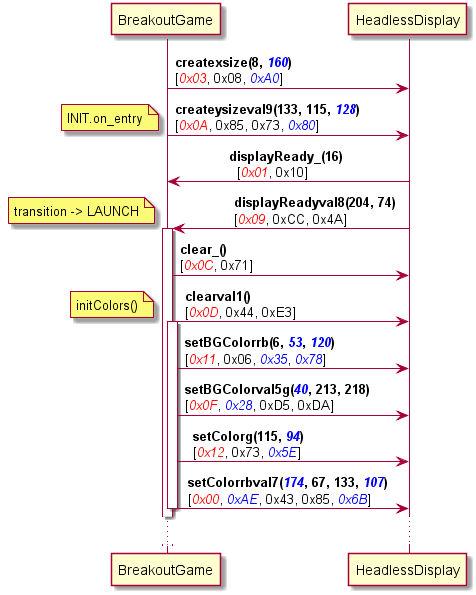
Above: docs/serialization-div.png in SINTEF-9012/thingml-diversifier (PlantUML), before the change. Its source is kept beside it as src/main/resources/figures/serialization-div.plantuml. Its diagram source:
```plantuml
@startuml
BreakoutGame -> HeadlessDisplay: <b>createxsize(8, <font color="blue"><i>160</i></font>)</b>\n[<font color="red"><i>0x03</i></font>, 0x08, <font color="blue"><i>0xA0</i></font>]
BreakoutGame -> HeadlessDisplay: <b>createysizeval9(133, 115, <font color="blue"><i>128</i></font>)</b>\n[<font color="red"><i>0x0A</i></font>, 0x85, 0x73, <font color="blue"><i>0x80</i></font>]
note left : INIT.on_entry
HeadlessDisplay -> BreakoutGame: <b>           displayReady_(16)</b>\n             [<font color="red"><i>0x01</i></font>, 0x10]
HeadlessDisplay -> BreakoutGame: <b>           displayReadyval8(204, 74)</b>\n           [<font color="red"><i>0x09</i></font>, 0xCC, 0x4A]
activate BreakoutGame
note left : transition -> LAUNCH
BreakoutGame -> HeadlessDisplay: <b>clear_()</b>\n[<font color="red"><i>0x0C</i></font>, 0x71]
BreakoutGame -> HeadlessDisplay: <b>clearval1()</b>\n[<font color="red"><i>0x0D</i></font>, 0x44, 0xE3]
activate BreakoutGame
note left : initColors()
BreakoutGame -> HeadlessDisplay: <b>setBGColorrb(6, <font color="blue"><i>53</i></font>, <font color="blue"><i>120</i></font>)</b>\n[<font color="red"><i>0x11</i></font>, 0x06, <font color="blue"><i>0x35</i></font>, <font color="blue"><i>0x78</i></font>]
BreakoutGame -> HeadlessDisplay: <b>setBGColorval5g(<font color="blue"><i>40</i></font>, 213, 218)</b>\n[<font color="red"><i>0x0F</i></font>, <font color="blue"><i>0x28</i></font>, 0xD5, 0xDA]
BreakoutGame -> HeadlessDisplay: <b>  setColorg(115, <font color="blue"><i>94</i></font>)</b>\n  [<font color="red"><i>0x12</i></font>, 0x73, <font color="blue"><i>0x5E</i></font>]
BreakoutGame -> HeadlessDisplay: <b>  setColorrbval7(<font color="blue"><i>174</i></font>, 67, 133, <font color="blue"><i>107</i></font>)</b>\n  [<font color="red"><i>0x00</i></font>, <font color="blue"><i>0xAE</i></font>, 0x43, 0x85, <font color="blue"><i>0x6B</i></font>]
deactivate BreakoutGame
...
@enduml
```
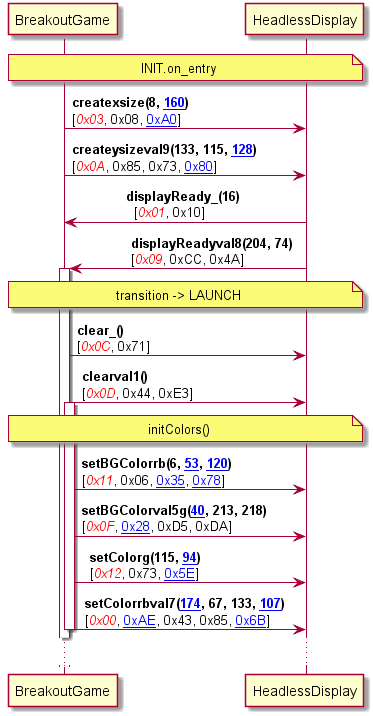
The same diagram one commit later.

What changed in the source:
```diff
@@ -1,19 +1,19 @@
 @startuml
-BreakoutGame -> HeadlessDisplay: <b>createxsize(8, <font color="blue"><i>160</i></font>)</b>\n[<font color="red"><i>0x03</i></font>, 0x08, <font color="blue"><i>0xA0</i></font>]
-BreakoutGame -> HeadlessDisplay: <b>createysizeval9(133, 115, <font color="blue"><i>128</i></font>)</b>\n[<font color="red"><i>0x0A</i></font>, 0x85, 0x73, <font color="blue"><i>0x80</i></font>]
-note left : INIT.on_entry
+note over BreakoutGame, HeadlessDisplay: INIT.on_entry
+BreakoutGame -> HeadlessDisplay: <b>createxsize(8, <font color="blue"><u>160</u></font>)</b>\n[<font color="red"><i>0x03</i></font>, 0x08, <font color="blue"><u>0xA0</u></font>]
+BreakoutGame -> HeadlessDisplay: <b>createysizeval9(133, 115, <font color="blue"><u>128</u></font>)</b>\n[<font color="red"><i>0x0A</i></font>, 0x85, 0x73, <font color="blue"><u>0x80</u></font>]
 HeadlessDisplay -> BreakoutGame: <b>           displayReady_(16)</b>\n             [<font color="red"><i>0x01</i></font>, 0x10]
 HeadlessDisplay -> BreakoutGame: <b>           displayReadyval8(204, 74)</b>\n           [<font color="red"><i>0x09</i></font>, 0xCC, 0x4A]
 activate BreakoutGame
-note left : transition -> LAUNCH
+note over BreakoutGame, HeadlessDisplay: transition -> LAUNCH
 BreakoutGame -> HeadlessDisplay: <b>clear_()</b>\n[<font color="red"><i>0x0C</i></font>, 0x71]
 BreakoutGame -> HeadlessDisplay: <b>clearval1()</b>\n[<font color="red"><i>0x0D</i></font>, 0x44, 0xE3]
 activate BreakoutGame
-note left : initColors()
-BreakoutGame -> HeadlessDisplay: <b>setBGColorrb(6, <font color="blue"><i>53</i></font>, <font color="blue"><i>120</i></font>)</b>\n[<font color="red"><i>0x11</i></font>, 0x06, <font color="blue"><i>0x35</i></font>, <font color="blue"><i>0x78</i></font>]
-BreakoutGame -> HeadlessDisplay: <b>setBGColorval5g(<font color="blue"><i>40</i></font>, 213, 218)</b>\n[<font color="red"><i>0x0F</i></font>, <font color="blue"><i>0x28</i></font>, 0xD5, 0xDA]
-BreakoutGame -> HeadlessDisplay: <b>  setColorg(115, <font color="blue"><i>94</i></font>)</b>\n  [<font color="red"><i>0x12</i></font>, 0x73, <font color="blue"><i>0x5E</i></font>]
-BreakoutGame -> HeadlessDisplay: <b>  setColorrbval7(<font color="blue"><i>174</i></font>, 67, 133, <font color="blue"><i>107</i></font>)</b>\n  [<font color="red"><i>0x00</i></font>, <font color="blue"><i>0xAE</i></font>, 0x43, 0x85, <font color="blue"><i>0x6B</i></font>]
+note over BreakoutGame, HeadlessDisplay: initColors()
+BreakoutGame -> HeadlessDisplay: <b>setBGColorrb(6, <font color="blue"><u>53</u></font>, <font color="blue"><u>120</u></font>)</b>\n[<font color="red"><i>0x11</i></font>, 0x06, <font color="blue"><u>0x35</u></font>, <font color="blue"><u>0x78</u></font>]
+BreakoutGame -> HeadlessDisplay: <b>setBGColorval5g(<font color="blue"><u>40</u></font>, 213, 218)</b>\n[<font color="red"><i>0x0F</i></font>, <font color="blue"><u>0x28</u></font>, 0xD5, 0xDA]
+BreakoutGame -> HeadlessDisplay: <b>  setColorg(115, <font color="blue"><u>94</u></font>)</b>\n  [<font color="red"><i>0x12</i></font>, 0x73, <font color="blue"><u>0x5E</u></font>]
+BreakoutGame -> HeadlessDisplay: <b>  setColorrbval7(<font color="blue"><u>174</u></font>, 67, 133, <font color="blue"><u>107</u></font>)</b>\n  [<font color="red"><i>0x00</i></font>, <font color="blue"><u>0xAE</u></font>, 0x43, 0x85, <font color="blue"><u>0x6B</u></font>]
 deactivate BreakoutGame
 ...
 @enduml
```
